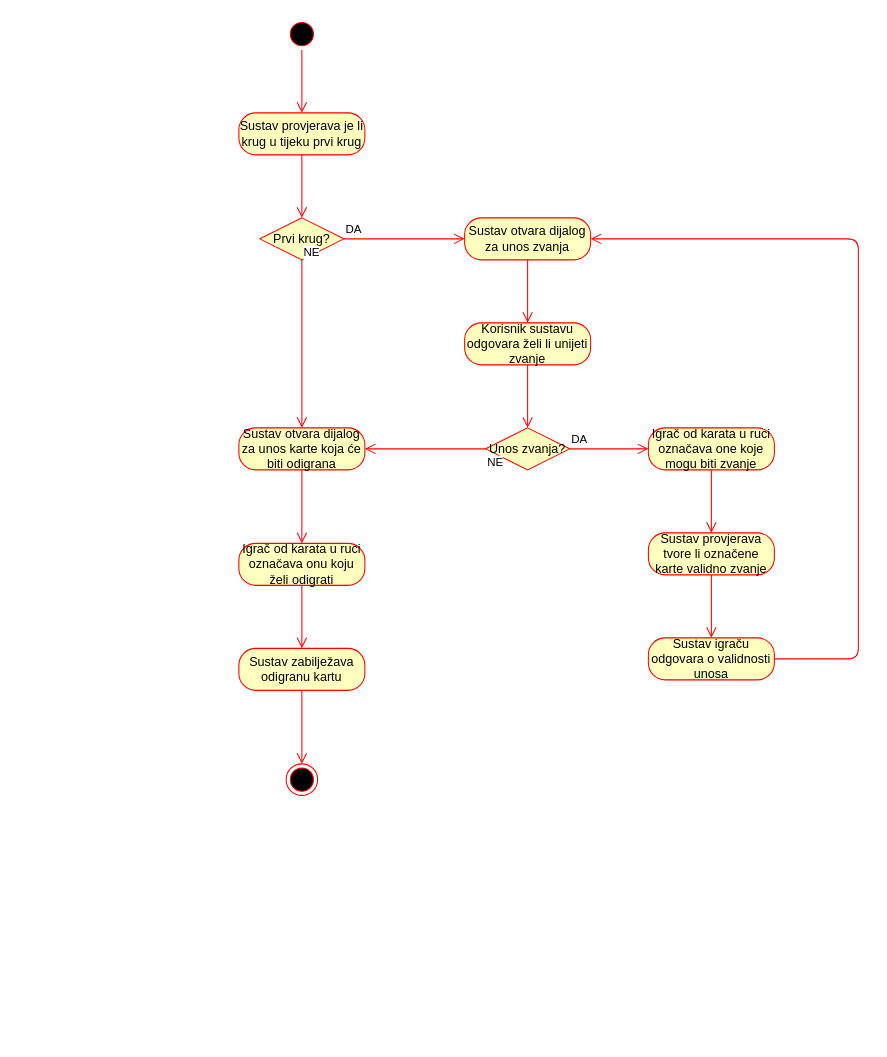
Before: page "Activity: Igranje karte sljedećeg igrača" (6 of 10) of Dijagram.drawio in TheRealJoci/Tressette-Terminal-Card-Game, a draw.io diagram. Source tidied: cells renumbered, new cells numbered last; positions are measured from the earlier drawing's top-left corner, leaving out a move shared by most shapes. Both pictures are drawn from the tidied source at 105%, with x=0, y=0 at pixel (238, 18).
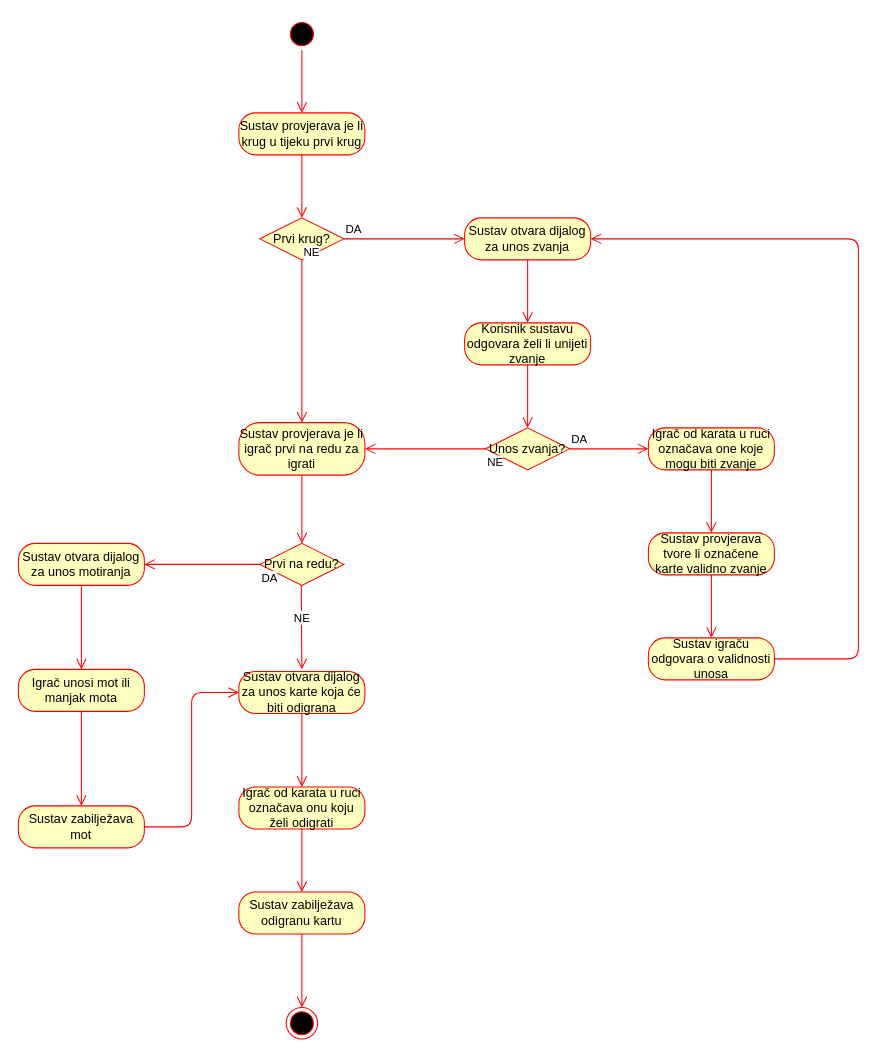
Above is the later version.

Unchanged cells that the change refers to:
```xml
<mxCell id="4" value="Prvi krug?" style="rhombus;whiteSpace=wrap;html=1;fillColor=#ffffc0;strokeColor=#ff0000;" parent="1" vertex="1">
  <mxGeometry x="20" y="190" width="80" height="40" as="geometry" />
</mxCell>
<mxCell id="19" value="Unos zvanja?" style="rhombus;whiteSpace=wrap;html=1;fillColor=#ffffc0;strokeColor=#ff0000;" parent="1" vertex="1">
  <mxGeometry x="235" y="390" width="80" height="40" as="geometry" />
</mxCell>
```

Diff of the diagram source:
```diff
@@
-    <mxCell id="6" value="NE" style="edgeStyle=orthogonalEdgeStyle;html=1;align=left;verticalAlign=top;endArrow=open;endSize=8;strokeColor=#ff0000;entryX=0.5;entryY=0;entryDx=0;entryDy=0;" parent="1" edge="1" source="4" target="22">
+    <mxCell id="6" value="NE" style="edgeStyle=orthogonalEdgeStyle;html=1;align=left;verticalAlign=top;endArrow=open;endSize=8;strokeColor=#ff0000;entryX=0.5;entryY=0;entryDx=0;entryDy=0;" parent="1" edge="1" source="4" target="29">
       <mxGeometry x="-1" y="-20" relative="1" as="geometry">
         <mxPoint x="20" y="-20" as="offset" />
       </mxGeometry>
     </mxCell>
@@
-    <mxCell id="21" value="NE" style="edgeStyle=orthogonalEdgeStyle;html=1;align=left;verticalAlign=top;endArrow=open;endSize=8;strokeColor=#ff0000;exitX=0;exitY=0.5;exitDx=0;exitDy=0;entryX=1;entryY=0.5;entryDx=0;entryDy=0;" parent="1" edge="1" source="19" target="22">
-      <mxGeometry x="-1" relative="1" as="geometry" />
+    <mxCell id="21" value="NE" style="edgeStyle=orthogonalEdgeStyle;html=1;align=left;verticalAlign=top;endArrow=open;endSize=8;strokeColor=#ff0000;exitX=0;exitY=0.5;exitDx=0;exitDy=0;entryX=1;entryY=0.5;entryDx=0;entryDy=0;" parent="1" edge="1" source="19" target="29">
+      <mxGeometry x="-1" relative="1" as="geometry">
+        <Array as="points">
+          <mxPoint x="120" y="410" />
+        </Array>
+      </mxGeometry>
     </mxCell>
     <mxCell id="22" value="Sustav otvara dijalog za unos karte koja će biti odigrana" style="rounded=1;whiteSpace=wrap;html=1;arcSize=40;fontColor=#000000;fillColor=#ffffc0;strokeColor=#ff0000;" parent="1" vertex="1">
-      <mxGeometry y="390" width="120" height="40" as="geometry" />
+      <mxGeometry y="622" width="120" height="40" as="geometry" />
     </mxCell>
     <mxCell id="23" style="edgeStyle=orthogonalEdgeStyle;html=1;verticalAlign=bottom;endArrow=open;endSize=8;strokeColor=#ff0000;" parent="1" edge="1" source="22">
       <mxGeometry relative="1" as="geometry">
-        <mxPoint x="60" y="500" as="targetPoint" />
+        <mxPoint x="60" y="732" as="targetPoint" />
       </mxGeometry>
     </mxCell>
     <mxCell id="24" style="edgeStyle=orthogonalEdgeStyle;html=1;verticalAlign=bottom;endArrow=open;endSize=8;strokeColor=#ff0000;" parent="1" edge="1">
       <mxGeometry relative="1" as="geometry">
-        <mxPoint x="60" y="540" as="sourcePoint" />
-        <mxPoint x="60" y="600" as="targetPoint" />
+        <mxPoint x="60" y="772" as="sourcePoint" />
+        <mxPoint x="60" y="832" as="targetPoint" />
       </mxGeometry>
     </mxCell>
     <mxCell id="25" value="Igrač od karata u ruci označava onu koju želi odigrati" style="rounded=1;whiteSpace=wrap;html=1;arcSize=40;fontColor=#000000;fillColor=#ffffc0;strokeColor=#ff0000;" parent="1" vertex="1">
-      <mxGeometry y="500" width="120" height="40" as="geometry" />
+      <mxGeometry y="732" width="120" height="40" as="geometry" />
     </mxCell>
     <mxCell id="26" value="Sustav zabilježava odigranu kartu" style="rounded=1;whiteSpace=wrap;html=1;arcSize=40;fontColor=#000000;fillColor=#ffffc0;strokeColor=#ff0000;" parent="1" vertex="1">
-      <mxGeometry y="600" width="120" height="40" as="geometry" />
+      <mxGeometry y="832" width="120" height="40" as="geometry" />
     </mxCell>
@@
     <mxCell id="28" style="ellipse;html=1;shape=endState;fillColor=#000000;strokeColor=#ff0000;" parent="1" vertex="1">
-      <mxGeometry x="45" y="710" width="30" height="30" as="geometry" />
+      <mxGeometry x="45" y="942" width="30" height="30" as="geometry" />
     </mxCell>
+    <mxCell id="29" value="Sustav provjerava je li igrač prvi na redu za igrati" style="rounded=1;whiteSpace=wrap;html=1;arcSize=40;fontColor=#000000;fillColor=#ffffc0;strokeColor=#ff0000;" parent="1" vertex="1">
+      <mxGeometry y="385" width="120" height="50" as="geometry" />
+    </mxCell>
+    <mxCell id="30" style="edgeStyle=orthogonalEdgeStyle;html=1;verticalAlign=bottom;endArrow=open;endSize=8;strokeColor=#ff0000;" parent="1" edge="1" source="29">
+      <mxGeometry relative="1" as="geometry">
+        <mxPoint x="60" y="500" as="targetPoint" />
+      </mxGeometry>
+    </mxCell>
+    <mxCell id="31" value="Prvi na redu?" style="rhombus;whiteSpace=wrap;html=1;fillColor=#ffffc0;strokeColor=#ff0000;" parent="1" vertex="1">
+      <mxGeometry x="20" y="500" width="80" height="40" as="geometry" />
+    </mxCell>
+    <mxCell id="32" value="NE" style="edgeStyle=orthogonalEdgeStyle;html=1;verticalAlign=bottom;endArrow=open;endSize=8;strokeColor=#ff0000;" parent="1" edge="1">
+      <mxGeometry relative="1" as="geometry">
+        <mxPoint x="59.5" y="540" as="sourcePoint" />
+        <mxPoint x="60" y="620" as="targetPoint" />
+        <Array as="points">
+          <mxPoint x="60" y="560" />
+          <mxPoint x="60" y="560" />
+        </Array>
+      </mxGeometry>
+    </mxCell>
+    <mxCell id="33" value="Sustav otvara dijalog za unos motiranja" style="rounded=1;whiteSpace=wrap;html=1;arcSize=40;fontColor=#000000;fillColor=#ffffc0;strokeColor=#ff0000;" parent="1" vertex="1">
+      <mxGeometry x="-210" y="500" width="120" height="40" as="geometry" />
+    </mxCell>
+    <mxCell id="34" style="edgeStyle=orthogonalEdgeStyle;html=1;verticalAlign=bottom;endArrow=open;endSize=8;strokeColor=#ff0000;entryX=0.5;entryY=0;entryDx=0;entryDy=0;" parent="1" edge="1" source="33" target="36">
+      <mxGeometry relative="1" as="geometry" />
+    </mxCell>
+    <mxCell id="35" value="DA" style="edgeStyle=orthogonalEdgeStyle;html=1;align=left;verticalAlign=top;endArrow=open;endSize=8;strokeColor=#ff0000;entryX=1;entryY=0.5;entryDx=0;entryDy=0;exitX=0;exitY=0.5;exitDx=0;exitDy=0;" parent="1" edge="1" source="31" target="33">
+      <mxGeometry x="-1" relative="1" as="geometry" />
+    </mxCell>
+    <mxCell id="36" value="Igrač unosi mot ili manjak mota" style="rounded=1;whiteSpace=wrap;html=1;arcSize=40;fontColor=#000000;fillColor=#ffffc0;strokeColor=#ff0000;" parent="1" vertex="1">
+      <mxGeometry x="-210" y="620" width="120" height="40" as="geometry" />
+    </mxCell>
+    <mxCell id="37" value="Sustav zabilježava mot" style="rounded=1;whiteSpace=wrap;html=1;arcSize=40;fontColor=#000000;fillColor=#ffffc0;strokeColor=#ff0000;" parent="1" vertex="1">
+      <mxGeometry x="-210" y="750" width="120" height="40" as="geometry" />
+    </mxCell>
+    <mxCell id="38" style="edgeStyle=orthogonalEdgeStyle;html=1;verticalAlign=bottom;endArrow=open;endSize=8;strokeColor=#ff0000;exitX=0.5;exitY=1;exitDx=0;exitDy=0;entryX=0.5;entryY=0;entryDx=0;entryDy=0;" parent="1" edge="1" source="36" target="37">
+      <mxGeometry relative="1" as="geometry" />
+    </mxCell>
+    <mxCell id="39" style="edgeStyle=orthogonalEdgeStyle;html=1;verticalAlign=bottom;endArrow=open;endSize=8;strokeColor=#ff0000;entryX=0;entryY=0.5;entryDx=0;entryDy=0;exitX=1;exitY=0.5;exitDx=0;exitDy=0;" parent="1" edge="1" source="37" target="22">
+      <mxGeometry relative="1" as="geometry" />
+    </mxCell>
```
